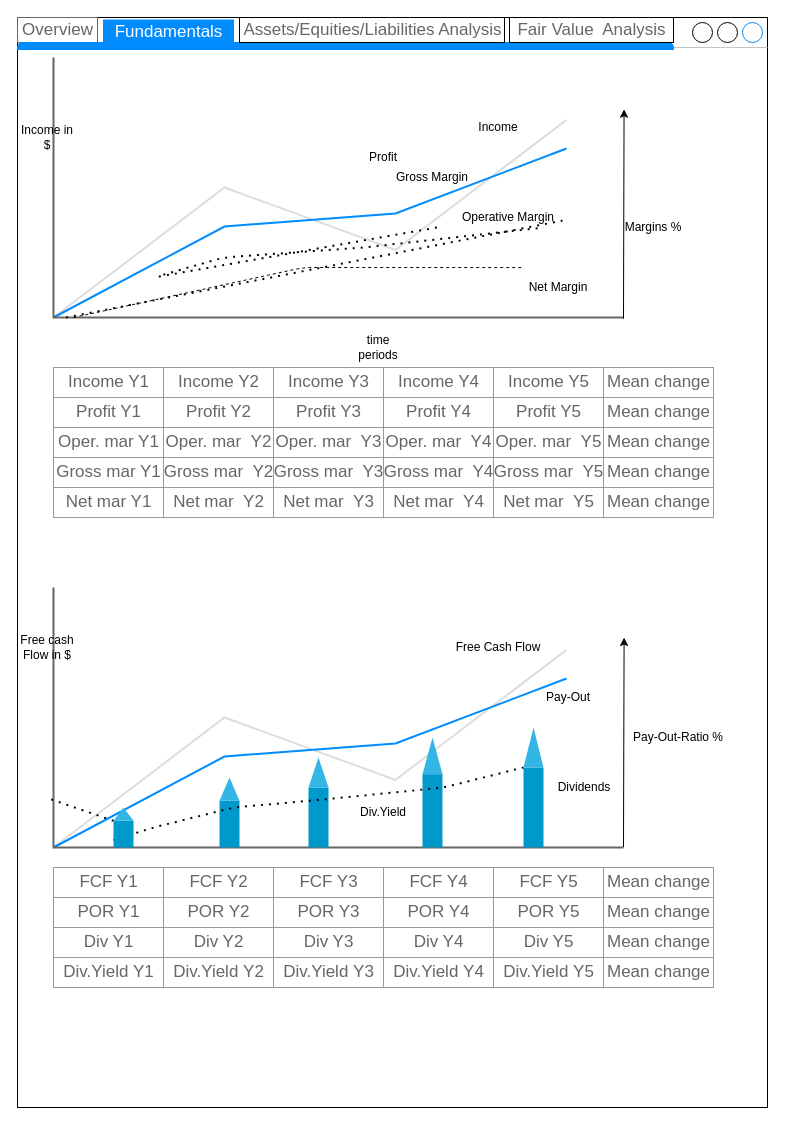
Before: page "Analysis Page: Fundamentals" (4 of 6) of Mockup.drawio in Ellebam/TheFairValue, a draw.io diagram. Source tidied: cells renumbered, new cells numbered last; positions are measured from the earlier drawing's top-left corner, leaving out a move shared by most shapes. Both pictures are drawn from the tidied source at 100%, with x=0, y=0 at pixel (17, 17).
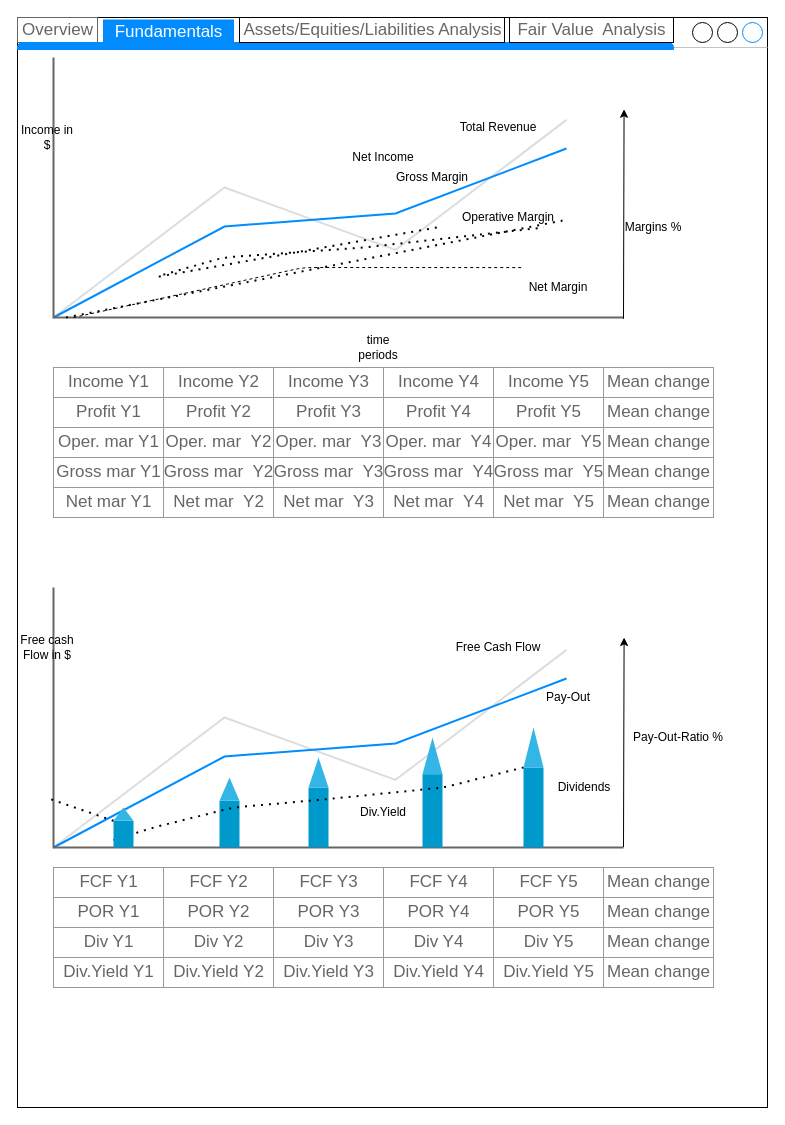
The same page after the edit.

Diff of the diagram source:
```diff
@@
-    <mxCell id="4" value="Income" style="text;html=1;strokeColor=none;fillColor=none;align=center;verticalAlign=middle;whiteSpace=wrap;rounded=0;" parent="1" vertex="1">
+    <mxCell id="4" value="Total Revenue" style="text;html=1;strokeColor=none;fillColor=none;align=center;verticalAlign=middle;whiteSpace=wrap;rounded=0;" parent="1" vertex="1">
       <mxGeometry x="406" y="100" width="150" height="20" as="geometry" />
     </mxCell>
@@
-    <mxCell id="43" value="Profit" style="text;html=1;strokeColor=none;fillColor=none;align=center;verticalAlign=middle;whiteSpace=wrap;rounded=0;" parent="1" vertex="1">
+    <mxCell id="43" value="Net Income" style="text;html=1;strokeColor=none;fillColor=none;align=center;verticalAlign=middle;whiteSpace=wrap;rounded=0;" parent="1" vertex="1">
       <mxGeometry x="291" y="130" width="150" height="20" as="geometry" />
     </mxCell>
```
